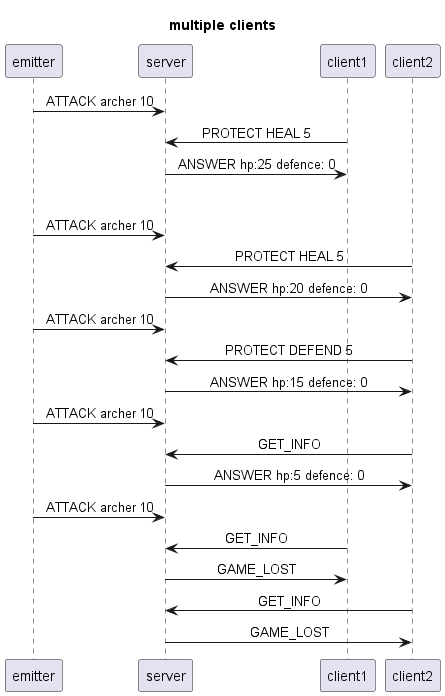
BetterBlood/DAI-PW3 keeps this PlantUML diagram as diagrams/Diagram3.png. Above is the earlier version.
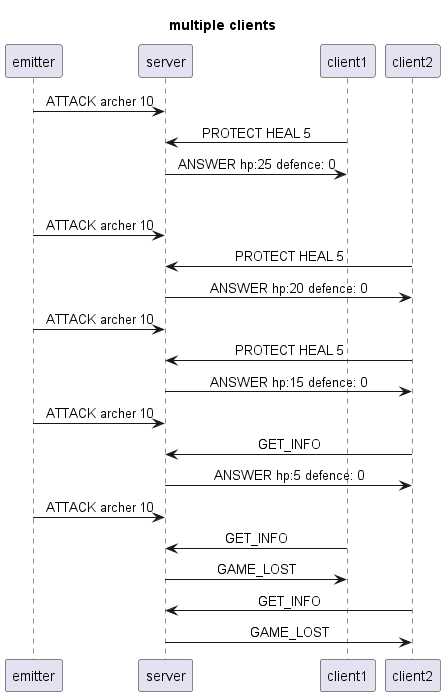
After the commit.

The edit, as a diff of the source:
```diff
@@ -16,7 +16,7 @@
 
 emitter -> server: ATTACK archer 10
 
-client2 -> server: PROTECT DEFEND 5
+client2 -> server: PROTECT HEAL 5
 server -> client2: ANSWER hp:15 defence: 0
 
 emitter -> server: ATTACK archer 10
```
